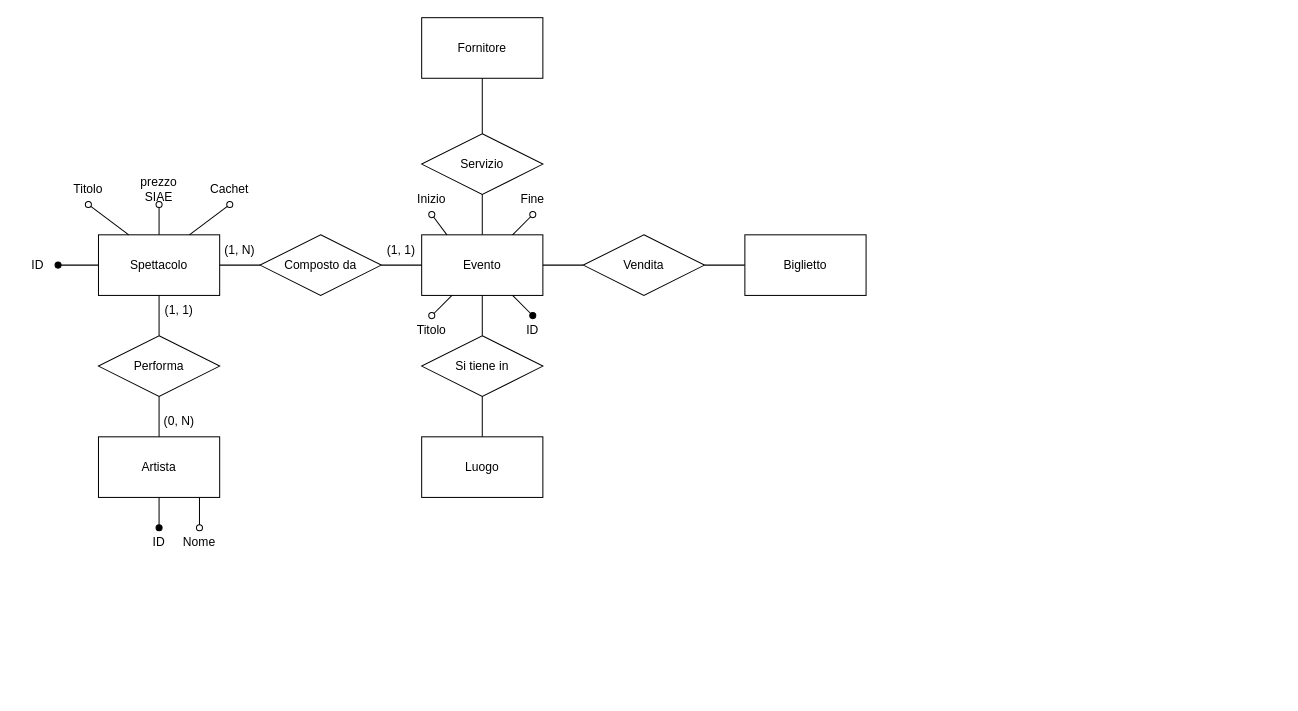
Above: ERSpettacoloArtista.drawio in lucat1/unibo_90107_progetto (draw.io), before the change. Source tidied: cells renumbered, new cells numbered last; positions are measured from the earlier drawing's top-left corner, leaving out a move shared by most shapes. Both pictures are drawn from the tidied source at 101%, with x=0, y=0 at pixel (17, 17).
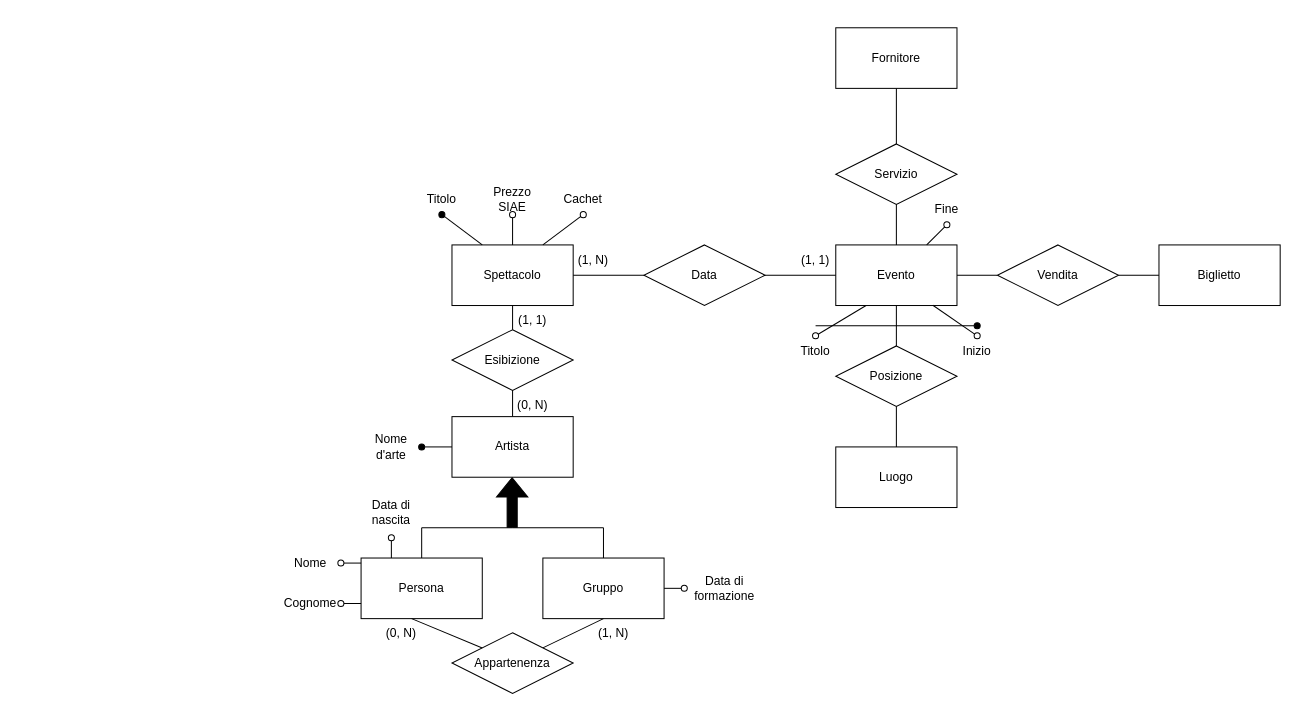
The same diagram, later.

The edit, as a diff of the source:
```diff
@@
     <mxCell id="2" value="Evento" style="rounded=0;whiteSpace=wrap;html=1;" parent="1" vertex="1">
-      <mxGeometry x="400" y="215" width="120" height="60" as="geometry" />
+      <mxGeometry x="810" y="225" width="120" height="60" as="geometry" />
     </mxCell>
     <mxCell id="3" value="&lt;div&gt;Spettacolo&lt;/div&gt;" style="rounded=0;whiteSpace=wrap;html=1;" parent="1" vertex="1">
-      <mxGeometry x="80" y="215" width="120" height="60" as="geometry" />
+      <mxGeometry x="430" y="225" width="120" height="60" as="geometry" />
     </mxCell>
     <mxCell id="4" value="&lt;div&gt;Artista&lt;/div&gt;" style="rounded=0;whiteSpace=wrap;html=1;" parent="1" vertex="1">
-      <mxGeometry x="80" y="415" width="120" height="60" as="geometry" />
+      <mxGeometry x="430" y="395" width="120" height="60" as="geometry" />
     </mxCell>
-    <mxCell id="5" value="Composto da" style="rhombus;whiteSpace=wrap;html=1;" parent="1" vertex="1">
-      <mxGeometry x="240" y="215" width="120" height="60" as="geometry" />
+    <mxCell id="5" value="Data" style="rhombus;whiteSpace=wrap;html=1;" parent="1" vertex="1">
+      <mxGeometry x="620" y="225" width="120" height="60" as="geometry" />
     </mxCell>
-    <mxCell id="6" value="Performa" style="rhombus;whiteSpace=wrap;html=1;" parent="1" vertex="1">
-      <mxGeometry x="80" y="315" width="120" height="60" as="geometry" />
+    <mxCell id="6" value="Esibizione" style="rhombus;whiteSpace=wrap;html=1;" parent="1" vertex="1">
+      <mxGeometry x="430" y="309" width="120" height="60" as="geometry" />
     </mxCell>
@@
     <mxCell id="11" value="&lt;div&gt;(1, 1)&lt;/div&gt;" style="text;html=1;strokeColor=none;fillColor=none;align=center;verticalAlign=middle;whiteSpace=wrap;rounded=0;" parent="1" vertex="1">
-      <mxGeometry x="130" y="275" width="60" height="30" as="geometry" />
+      <mxGeometry x="480" y="285" width="60" height="30" as="geometry" />
     </mxCell>
     <mxCell id="12" value="&lt;div&gt;(0, N)&lt;/div&gt;" style="text;html=1;strokeColor=none;fillColor=none;align=center;verticalAlign=middle;whiteSpace=wrap;rounded=0;" parent="1" vertex="1">
-      <mxGeometry x="130" y="385" width="60" height="30" as="geometry" />
+      <mxGeometry x="480" y="369" width="60" height="30" as="geometry" />
     </mxCell>
     <mxCell id="13" value="Titolo" style="text;html=1;strokeColor=none;fillColor=none;align=center;verticalAlign=middle;whiteSpace=wrap;rounded=0;" parent="1" vertex="1">
-      <mxGeometry x="40" y="155" width="60" height="30" as="geometry" />
+      <mxGeometry x="390" y="165" width="60" height="30" as="geometry" />
     </mxCell>
-    <mxCell id="14" style="endArrow=oval;html=1;rounded=0;exitX=0.25;exitY=0;exitDx=0;exitDy=0;entryX=0.5;entryY=1;entryDx=0;entryDy=0;endFill=0;" parent="1" edge="1" source="3" target="13">
+    <mxCell id="14" style="endArrow=oval;html=1;rounded=0;exitX=0.25;exitY=0;exitDx=0;exitDy=0;entryX=0.5;entryY=1;entryDx=0;entryDy=0;endFill=1;" parent="1" edge="1" source="3" target="13">
       <mxGeometry relative="1" as="geometry" />
     </mxCell>
-    <mxCell id="15" value="prezzo SIAE" style="text;html=1;strokeColor=none;fillColor=none;align=center;verticalAlign=middle;whiteSpace=wrap;rounded=0;" parent="1" vertex="1">
-      <mxGeometry x="110" y="155" width="60" height="30" as="geometry" />
+    <mxCell id="15" value="Prezzo SIAE" style="text;html=1;strokeColor=none;fillColor=none;align=center;verticalAlign=middle;whiteSpace=wrap;rounded=0;" parent="1" vertex="1">
+      <mxGeometry x="460" y="165" width="60" height="30" as="geometry" />
     </mxCell>
@@
     <mxCell id="17" value="&lt;div&gt;Cachet&lt;/div&gt;" style="text;html=1;strokeColor=none;fillColor=none;align=center;verticalAlign=middle;whiteSpace=wrap;rounded=0;" parent="1" vertex="1">
-      <mxGeometry x="180" y="155" width="60" height="30" as="geometry" />
+      <mxGeometry x="530" y="165" width="60" height="30" as="geometry" />
     </mxCell>
@@
-    <mxCell id="19" value="ID" style="text;html=1;strokeColor=none;fillColor=none;align=center;verticalAlign=middle;whiteSpace=wrap;rounded=0;" parent="1" vertex="1">
-      <mxGeometry x="110" y="505" width="60" height="30" as="geometry" />
-    </mxCell>
-    <mxCell id="20" style="endArrow=oval;html=1;rounded=0;exitX=0.5;exitY=1;exitDx=0;exitDy=0;entryX=0.5;entryY=0;entryDx=0;entryDy=0;endFill=1;" parent="1" edge="1" source="4" target="19">
-      <mxGeometry relative="1" as="geometry" />
-    </mxCell>
     <mxCell id="21" value="&lt;div&gt;(1, 1)&lt;/div&gt;" style="text;html=1;strokeColor=none;fillColor=none;align=center;verticalAlign=middle;whiteSpace=wrap;rounded=0;" parent="1" vertex="1">
-      <mxGeometry x="350" y="215" width="60" height="30" as="geometry" />
+      <mxGeometry x="760" y="225" width="60" height="30" as="geometry" />
     </mxCell>
     <mxCell id="22" value="(1, N)" style="text;html=1;strokeColor=none;fillColor=none;align=center;verticalAlign=middle;whiteSpace=wrap;rounded=0;" parent="1" vertex="1">
-      <mxGeometry x="190" y="215" width="60" height="30" as="geometry" />
+      <mxGeometry x="540" y="225" width="60" height="30" as="geometry" />
     </mxCell>
     <mxCell id="23" value="Titolo" style="text;html=1;strokeColor=none;fillColor=none;align=center;verticalAlign=middle;whiteSpace=wrap;rounded=0;" parent="1" vertex="1">
-      <mxGeometry x="380" y="295" width="60" height="30" as="geometry" />
+      <mxGeometry x="760" y="315" width="60" height="30" as="geometry" />
     </mxCell>
     <mxCell id="24" value="&lt;div&gt;Inizio&lt;/div&gt;" style="text;html=1;strokeColor=none;fillColor=none;align=center;verticalAlign=middle;whiteSpace=wrap;rounded=0;" parent="1" vertex="1">
-      <mxGeometry x="380" y="165" width="60" height="30" as="geometry" />
+      <mxGeometry x="920" y="315" width="60" height="30" as="geometry" />
     </mxCell>
     <mxCell id="25" value="Fine" style="text;html=1;strokeColor=none;fillColor=none;align=center;verticalAlign=middle;whiteSpace=wrap;rounded=0;" parent="1" vertex="1">
-      <mxGeometry x="480" y="165" width="60" height="30" as="geometry" />
+      <mxGeometry x="890" y="175" width="60" height="30" as="geometry" />
     </mxCell>
@@
-    <mxCell id="27" style="endArrow=oval;html=1;rounded=0;exitX=0.25;exitY=1;exitDx=0;exitDy=0;endFill=0;entryX=0.5;entryY=1;entryDx=0;entryDy=0;" parent="1" edge="1" target="24">
-      <mxGeometry relative="1" as="geometry">
-        <mxPoint x="425" y="215" as="sourcePoint" />
-      </mxGeometry>
+    <mxCell id="27" style="endArrow=oval;html=1;rounded=0;exitX=0.801;exitY=0.995;exitDx=0;exitDy=0;endFill=0;entryX=0.5;entryY=0;entryDx=0;entryDy=0;exitPerimeter=0;" parent="1" edge="1" source="2" target="24">
+      <mxGeometry relative="1" as="geometry" />
     </mxCell>
@@
     <mxCell id="29" value="Vendita" style="rhombus;whiteSpace=wrap;html=1;" parent="1" vertex="1">
-      <mxGeometry x="560" y="215" width="120" height="60" as="geometry" />
+      <mxGeometry x="970" y="225" width="120" height="60" as="geometry" />
     </mxCell>
@@
-    <mxCell id="32" value="ID" style="text;html=1;strokeColor=none;fillColor=none;align=center;verticalAlign=middle;whiteSpace=wrap;rounded=0;" parent="1" vertex="1">
-      <mxGeometry x="480" y="295" width="60" height="30" as="geometry" />
-    </mxCell>
-    <mxCell id="33" style="endArrow=oval;html=1;rounded=0;exitX=0.75;exitY=1;exitDx=0;exitDy=0;entryX=0.5;entryY=0;entryDx=0;entryDy=0;endFill=1;" parent="1" edge="1" source="2" target="32">
-      <mxGeometry relative="1" as="geometry" />
+    <mxCell id="33" style="endArrow=oval;html=1;rounded=0;endFill=1;" parent="1" edge="1">
+      <mxGeometry relative="1" as="geometry">
+        <mxPoint x="790" y="305" as="sourcePoint" />
+        <mxPoint x="950" y="305" as="targetPoint" />
+      </mxGeometry>
     </mxCell>
     <mxCell id="34" value="Fornitore" style="rounded=0;whiteSpace=wrap;html=1;" parent="1" vertex="1">
-      <mxGeometry x="400" width="120" height="60" as="geometry" />
+      <mxGeometry x="810" y="10" width="120" height="60" as="geometry" />
     </mxCell>
     <mxCell id="35" value="Servizio" style="rhombus;whiteSpace=wrap;html=1;" parent="1" vertex="1">
-      <mxGeometry x="400" y="115" width="120" height="60" as="geometry" />
+      <mxGeometry x="810" y="125" width="120" height="60" as="geometry" />
     </mxCell>
@@
     <mxCell id="38" value="Luogo" style="rounded=0;whiteSpace=wrap;html=1;" parent="1" vertex="1">
-      <mxGeometry x="400" y="415" width="120" height="60" as="geometry" />
+      <mxGeometry x="810" y="425" width="120" height="60" as="geometry" />
     </mxCell>
-    <mxCell id="39" value="Si tiene in" style="rhombus;whiteSpace=wrap;html=1;" parent="1" vertex="1">
-      <mxGeometry x="400" y="315" width="120" height="60" as="geometry" />
+    <mxCell id="39" value="Posizione" style="rhombus;whiteSpace=wrap;html=1;" parent="1" vertex="1">
+      <mxGeometry x="810" y="325" width="120" height="60" as="geometry" />
     </mxCell>
@@
-    <mxCell id="42" value="ID" style="text;html=1;strokeColor=none;fillColor=none;align=center;verticalAlign=middle;whiteSpace=wrap;rounded=0;" parent="1" vertex="1">
-      <mxGeometry y="230" width="40" height="30" as="geometry" />
-    </mxCell>
-    <mxCell id="43" style="endArrow=oval;html=1;rounded=0;exitX=0;exitY=0.5;exitDx=0;exitDy=0;entryX=1;entryY=0.5;entryDx=0;entryDy=0;endFill=1;" parent="1" edge="1" source="3" target="42">
-      <mxGeometry relative="1" as="geometry" />
-    </mxCell>
     <mxCell id="44" value="&lt;div&gt;Biglietto&lt;/div&gt;" style="rounded=0;whiteSpace=wrap;html=1;" parent="1" vertex="1">
-      <mxGeometry x="720" y="215" width="120" height="60" as="geometry" />
+      <mxGeometry x="1130" y="225" width="120" height="60" as="geometry" />
     </mxCell>
+    <mxCell id="47" style="shape=flexArrow;endArrow=classic;html=1;rounded=0;fillColor=#000000;" parent="1" edge="1">
+      <mxGeometry relative="1" as="geometry">
+        <mxPoint x="489.6" y="505" as="sourcePoint" />
+        <mxPoint x="489.6" y="455" as="targetPoint" />
+      </mxGeometry>
+    </mxCell>
+    <mxCell id="48" style="endArrow=none;html=1;rounded=0;" parent="1" edge="1">
+      <mxGeometry relative="1" as="geometry">
+        <mxPoint x="400" y="505" as="sourcePoint" />
+        <mxPoint x="490" y="505" as="targetPoint" />
+      </mxGeometry>
+    </mxCell>
+    <mxCell id="49" style="endArrow=none;html=1;rounded=0;" parent="1" edge="1">
+      <mxGeometry relative="1" as="geometry">
+        <mxPoint x="400" y="535" as="sourcePoint" />
+        <mxPoint x="400" y="505" as="targetPoint" />
+      </mxGeometry>
+    </mxCell>
+    <mxCell id="50" style="endArrow=none;html=1;rounded=0;" parent="1" edge="1">
+      <mxGeometry relative="1" as="geometry">
+        <mxPoint x="490" y="505" as="sourcePoint" />
+        <mxPoint x="580" y="505" as="targetPoint" />
+      </mxGeometry>
+    </mxCell>
+    <mxCell id="51" style="endArrow=none;html=1;rounded=0;" parent="1" edge="1">
+      <mxGeometry relative="1" as="geometry">
+        <mxPoint x="580" y="535" as="sourcePoint" />
+        <mxPoint x="580" y="505" as="targetPoint" />
+      </mxGeometry>
+    </mxCell>
+    <mxCell id="52" value="Persona" style="rounded=0;whiteSpace=wrap;html=1;" parent="1" vertex="1">
+      <mxGeometry x="340" y="535" width="120" height="60" as="geometry" />
+    </mxCell>
+    <mxCell id="53" value="Gruppo" style="rounded=0;whiteSpace=wrap;html=1;" parent="1" vertex="1">
+      <mxGeometry x="520" y="535" width="120" height="60" as="geometry" />
+    </mxCell>
+    <mxCell id="54" value="Appartenenza" style="rhombus;whiteSpace=wrap;html=1;" parent="1" vertex="1">
+      <mxGeometry x="430" y="609" width="120" height="60" as="geometry" />
+    </mxCell>
+    <mxCell id="55" value="&lt;div&gt;(1, N)&lt;/div&gt;" style="text;html=1;strokeColor=none;fillColor=none;align=center;verticalAlign=middle;whiteSpace=wrap;rounded=0;" parent="1" vertex="1">
+      <mxGeometry x="560" y="595" width="60" height="30" as="geometry" />
+    </mxCell>
+    <mxCell id="56" style="endArrow=none;html=1;rounded=0;exitX=1;exitY=0;exitDx=0;exitDy=0;entryX=0.5;entryY=1;entryDx=0;entryDy=0;" parent="1" edge="1" source="54" target="53">
+      <mxGeometry relative="1" as="geometry" />
+    </mxCell>
+    <mxCell id="57" style="endArrow=none;html=1;rounded=0;entryX=0.417;entryY=1;entryDx=0;entryDy=0;entryPerimeter=0;exitX=0;exitY=0;exitDx=0;exitDy=0;" parent="1" edge="1" source="54" target="52">
+      <mxGeometry relative="1" as="geometry" />
+    </mxCell>
+    <mxCell id="58" value="&lt;div&gt;(0, N)&lt;/div&gt;" style="text;html=1;strokeColor=none;fillColor=none;align=center;verticalAlign=middle;whiteSpace=wrap;rounded=0;" parent="1" vertex="1">
+      <mxGeometry x="350" y="595" width="60" height="30" as="geometry" />
+    </mxCell>
+    <mxCell id="59" value="Nome d'arte" style="text;html=1;strokeColor=none;fillColor=none;align=center;verticalAlign=middle;whiteSpace=wrap;rounded=0;" parent="1" vertex="1">
+      <mxGeometry x="340" y="410" width="60" height="30" as="geometry" />
+    </mxCell>
+    <mxCell id="60" style="endArrow=oval;html=1;rounded=0;exitX=0;exitY=0.5;exitDx=0;exitDy=0;endFill=1;entryX=1;entryY=0.5;entryDx=0;entryDy=0;" parent="1" edge="1" source="4" target="59">
+      <mxGeometry relative="1" as="geometry" />
+    </mxCell>
     <mxCell id="45" value="Nome" style="text;html=1;strokeColor=none;fillColor=none;align=center;verticalAlign=middle;whiteSpace=wrap;rounded=0;" parent="1" vertex="1">
-      <mxGeometry x="150" y="505" width="60" height="30" as="geometry" />
+      <mxGeometry x="260" y="525" width="60" height="30" as="geometry" />
     </mxCell>
-    <mxCell id="46" style="endArrow=oval;html=1;rounded=0;exitX=0.5;exitY=1;exitDx=0;exitDy=0;entryX=0.5;entryY=0;entryDx=0;entryDy=0;endFill=0;" parent="1" edge="1" target="45">
-      <mxGeometry relative="1" as="geometry">
-        <mxPoint x="180" y="475" as="sourcePoint" />
-      </mxGeometry>
-    </mxCell>
+    <mxCell id="61" style="endArrow=oval;html=1;rounded=0;exitX=0;exitY=0.5;exitDx=0;exitDy=0;endFill=0;entryX=1;entryY=0.5;entryDx=0;entryDy=0;" parent="1" edge="1" target="45">
+      <mxGeometry relative="1" as="geometry">
+        <mxPoint x="340" y="540" as="sourcePoint" />
+      </mxGeometry>
+    </mxCell>
+    <mxCell id="62" value="Cognome" style="text;html=1;strokeColor=none;fillColor=none;align=center;verticalAlign=middle;whiteSpace=wrap;rounded=0;" parent="1" vertex="1">
+      <mxGeometry x="260" y="565" width="60" height="30" as="geometry" />
+    </mxCell>
+    <mxCell id="63" style="endArrow=oval;html=1;rounded=0;exitX=0;exitY=0.5;exitDx=0;exitDy=0;endFill=0;entryX=1;entryY=0.5;entryDx=0;entryDy=0;" parent="1" edge="1" target="62">
+      <mxGeometry relative="1" as="geometry">
+        <mxPoint x="340" y="580" as="sourcePoint" />
+      </mxGeometry>
+    </mxCell>
+    <mxCell id="64" value="Data di formazione" style="text;html=1;strokeColor=none;fillColor=none;align=center;verticalAlign=middle;whiteSpace=wrap;rounded=0;" parent="1" vertex="1">
+      <mxGeometry x="670" y="550" width="60" height="30" as="geometry" />
+    </mxCell>
+    <mxCell id="65" style="endArrow=oval;html=1;rounded=0;exitX=1;exitY=0.5;exitDx=0;exitDy=0;endFill=0;" parent="1" edge="1" source="53">
+      <mxGeometry relative="1" as="geometry">
+        <mxPoint x="660" y="565" as="targetPoint" />
+        <Array as="points">
+          <mxPoint x="660" y="565" />
+        </Array>
+      </mxGeometry>
+    </mxCell>
+    <mxCell id="66" value="Data di nascita" style="text;html=1;strokeColor=none;fillColor=none;align=center;verticalAlign=middle;whiteSpace=wrap;rounded=0;" parent="1" vertex="1">
+      <mxGeometry x="340" y="475" width="60" height="30" as="geometry" />
+    </mxCell>
+    <mxCell id="67" style="endArrow=oval;html=1;rounded=0;exitX=0.25;exitY=0;exitDx=0;exitDy=0;endFill=0;" parent="1" edge="1" source="52">
+      <mxGeometry relative="1" as="geometry">
+        <mxPoint x="370" y="515" as="targetPoint" />
+      </mxGeometry>
+    </mxCell>
```
